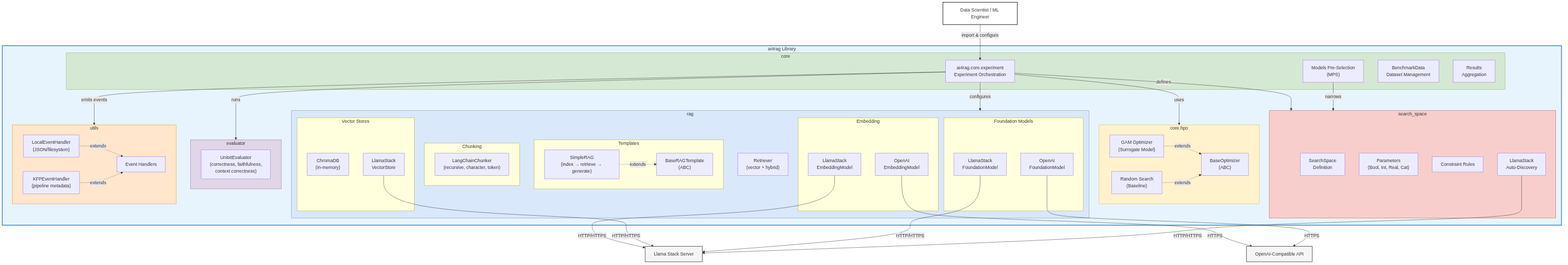
This is architecture/rhoai.next/diagrams/ai4rag-component.png from rhuss/architecture-context, a Mermaid export, as it was before one commit. Its source is kept beside it as architecture/rhoai.next/diagrams/ai4rag-component.mmd.
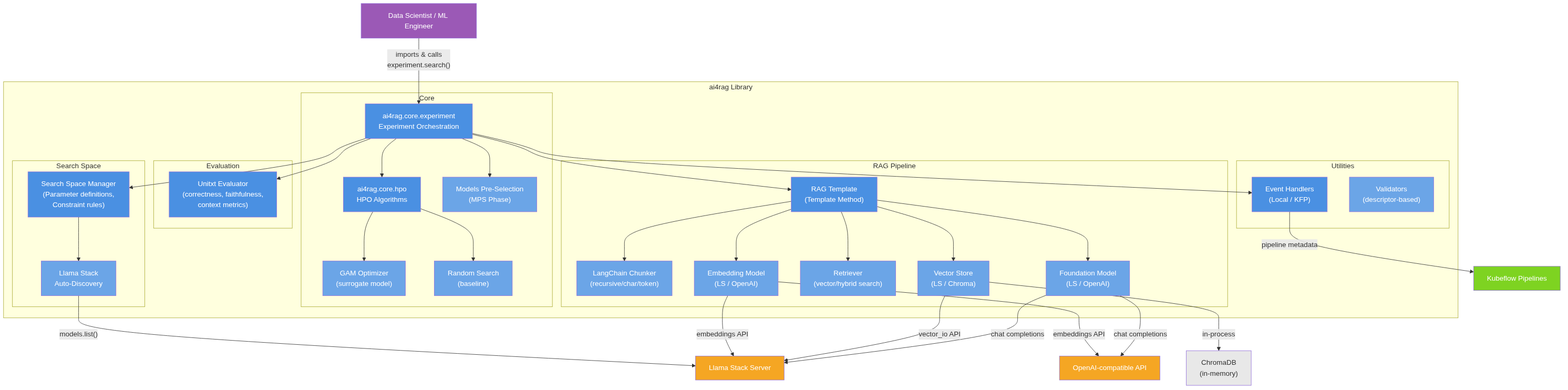
The same file after the commit.

Change to the diagram source:
```diff
@@ -1,95 +1,81 @@
 graph TB
-    subgraph ai4rag["ai4rag Library"]
-        direction TB
-
-        subgraph Core["core"]
+    subgraph "ai4rag Library"
+        subgraph "Core"
             Experiment["ai4rag.core.experiment<br/>Experiment Orchestration"]
-            MPS["Models Pre-Selection<br/>(MPS)"]
-            BenchmarkData["BenchmarkData<br/>Dataset Management"]
-            Results["Results<br/>Aggregation"]
+            HPO["ai4rag.core.hpo<br/>HPO Algorithms"]
+            GAM["GAM Optimizer<br/>(surrogate model)"]
+            Random["Random Search<br/>(baseline)"]
+            MPS["Models Pre-Selection<br/>(MPS Phase)"]
+            HPO --> GAM
+            HPO --> Random
+            Experiment --> HPO
+            Experiment --> MPS
         end
 
-        subgraph HPO["core.hpo"]
-            GAMOpt["GAM Optimizer<br/>(Surrogate Model)"]
-            RandomOpt["Random Search<br/>(Baseline)"]
-            BaseOpt["BaseOptimizer<br/>(ABC)"]
-            GAMOpt -.->|extends| BaseOpt
-            RandomOpt -.->|extends| BaseOpt
+        subgraph "RAG Pipeline"
+            Template["RAG Template<br/>(Template Method)"]
+            Chunker["LangChain Chunker<br/>(recursive/char/token)"]
+            EmbeddingModel["Embedding Model<br/>(LS / OpenAI)"]
+            Retriever["Retriever<br/>(vector/hybrid search)"]
+            VectorStore["Vector Store<br/>(LS / Chroma)"]
+            FoundationModel["Foundation Model<br/>(LS / OpenAI)"]
+            Template --> Chunker
+            Template --> EmbeddingModel
+            Template --> Retriever
+            Template --> VectorStore
+            Template --> FoundationModel
         end
 
-        subgraph RAG["rag"]
-            direction TB
-            subgraph Templates["Templates"]
-                BaseTemplate["BaseRAGTemplate<br/>(ABC)"]
-                SimpleRAG["SimpleRAG<br/>(index → retrieve → generate)"]
-                SimpleRAG -.->|extends| BaseTemplate
-            end
-
-            subgraph Chunking["Chunking"]
-                LCChunker["LangChainChunker<br/>(recursive, character, token)"]
-            end
-
-            subgraph Embedding["Embedding"]
-                LSEmbed["LlamaStack<br/>EmbeddingModel"]
-                OAIEmbed["OpenAI<br/>EmbeddingModel"]
-            end
-
-            subgraph VectorStore["Vector Stores"]
-                ChromaVS["ChromaDB<br/>(in-memory)"]
-                LSVS["LlamaStack<br/>VectorStore"]
-            end
-
-            subgraph Foundation["Foundation Models"]
-                LSModel["LlamaStack<br/>FoundationModel"]
-                OAIModel["OpenAI<br/>FoundationModel"]
-            end
-
-            Retriever["Retriever<br/>(vector + hybrid)"]
+        subgraph "Evaluation"
+            Evaluator["Unitxt Evaluator<br/>(correctness, faithfulness,<br/>context metrics)"]
         end
 
-        subgraph SearchSpace["search_space"]
-            SearchSpaceDef["SearchSpace<br/>Definition"]
-            Parameters["Parameters<br/>(Bool, Int, Real, Cat)"]
-            Constraints["Constraint Rules"]
-            LSAutoDiscover["LlamaStack<br/>Auto-Discovery"]
+        subgraph "Search Space"
+            SearchSpace["Search Space Manager<br/>(Parameter definitions,<br/>Constraint rules)"]
+            LSDiscovery["Llama Stack<br/>Auto-Discovery"]
+            SearchSpace --> LSDiscovery
         end
 
-        subgraph Evaluator["evaluator"]
-            UnitxtEval["UnitxtEvaluator<br/>(correctness, faithfulness,<br/>context correctness)"]
+        subgraph "Utilities"
+            EventHandler["Event Handlers<br/>(Local / KFP)"]
+            Validators["Validators<br/>(descriptor-based)"]
         end
 
-        subgraph Utils["utils"]
-            EventHandlers["Event Handlers"]
-            LocalEH["LocalEventHandler<br/>(JSON/filesystem)"]
-            KFPEH["KFPEventHandler<br/>(pipeline metadata)"]
-            LocalEH -.->|extends| EventHandlers
-            KFPEH -.->|extends| EventHandlers
-        end
+        Experiment --> Template
+        Experiment --> Evaluator
+        Experiment --> SearchSpace
+        Experiment --> EventHandler
     end
 
-    Experiment -->|uses| HPO
-    Experiment -->|configures| RAG
-    Experiment -->|defines| SearchSpace
-    Experiment -->|runs| Evaluator
-    Experiment -->|emits events| Utils
-    MPS -->|narrows| SearchSpace
+    User["Data Scientist / ML Engineer"] -->|"imports & calls<br/>experiment.search()"| Experiment
 
-    LSEmbed -->|HTTP/HTTPS| LlamaStackAPI["Llama Stack Server"]
-    LSVS -->|HTTP/HTTPS| LlamaStackAPI
-    LSModel -->|HTTP/HTTPS| LlamaStackAPI
-    LSAutoDiscover -->|HTTP/HTTPS| LlamaStackAPI
-    OAIEmbed -->|HTTPS| OpenAIAPI["OpenAI-Compatible API"]
-    OAIModel -->|HTTPS| OpenAIAPI
+    LSDiscovery -->|"models.list()"| LlamaStack["Llama Stack Server"]
+    EmbeddingModel -->|"embeddings API"| LlamaStack
+    VectorStore -->|"vector_io API"| LlamaStack
+    FoundationModel -->|"chat completions"| LlamaStack
+    EmbeddingModel -->|"embeddings API"| OpenAI["OpenAI-compatible API"]
+    FoundationModel -->|"chat completions"| OpenAI
+    VectorStore -->|"in-process"| ChromaDB["ChromaDB<br/>(in-memory)"]
+    EventHandler -->|"pipeline metadata"| KFP["Kubeflow Pipelines"]
 
-    User["Data Scientist / ML Engineer"] -->|import & configure| Experiment
-
-    style ai4rag fill:#e8f4fd,stroke:#4a90e2,stroke-width:3px
-    style Core fill:#d5e8d4,stroke:#82b366
-    style HPO fill:#fff2cc,stroke:#d6b656
-    style RAG fill:#dae8fc,stroke:#6c8ebf
-    style SearchSpace fill:#f8cecc,stroke:#b85450
-    style Evaluator fill:#e1d5e7,stroke:#9673a6
-    style Utils fill:#ffe6cc,stroke:#d79b00
-    style LlamaStackAPI fill:#f5f5f5,stroke:#666,stroke-width:2px
-    style OpenAIAPI fill:#f5f5f5,stroke:#666,stroke-width:2px
-    style User fill:#fff,stroke:#333,stroke-width:2px
+    style Experiment fill:#4a90e2,color:#fff
+    style HPO fill:#4a90e2,color:#fff
+    style Template fill:#4a90e2,color:#fff
+    style Evaluator fill:#4a90e2,color:#fff
+    style SearchSpace fill:#4a90e2,color:#fff
+    style EventHandler fill:#4a90e2,color:#fff
+    style GAM fill:#6ba5e7,color:#fff
+    style Random fill:#6ba5e7,color:#fff
+    style MPS fill:#6ba5e7,color:#fff
+    style Chunker fill:#6ba5e7,color:#fff
+    style EmbeddingModel fill:#6ba5e7,color:#fff
+    style Retriever fill:#6ba5e7,color:#fff
+    style VectorStore fill:#6ba5e7,color:#fff
+    style FoundationModel fill:#6ba5e7,color:#fff
+    style LSDiscovery fill:#6ba5e7,color:#fff
+    style Validators fill:#6ba5e7,color:#fff
+    style LlamaStack fill:#f5a623,color:#fff
+    style OpenAI fill:#f5a623,color:#fff
+    style ChromaDB fill:#e8e8e8,color:#333
+    style KFP fill:#7ed321,color:#fff
+    style User fill:#9b59b6,color:#fff
```
